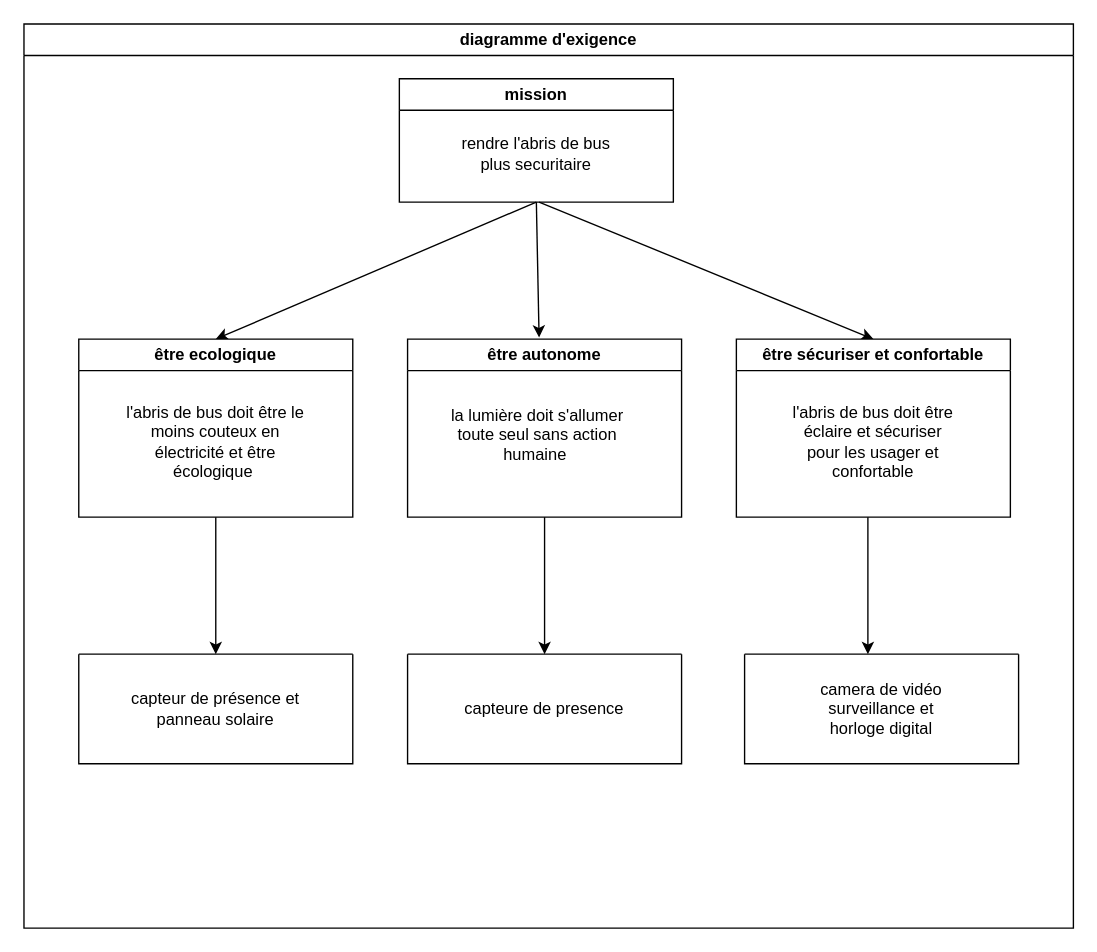
The draw.io diagram Diagrammes_finis/Diagramme d'exigence.drawio in hardelaynoe/projet_abris_bus, before the edit. Source tidied: cells renumbered, new cells numbered last; positions are measured from the earlier drawing's top-left corner, leaving out a move shared by most shapes. Both pictures are drawn from the tidied source at 137%, with x=0, y=0 at pixel (23, 23).
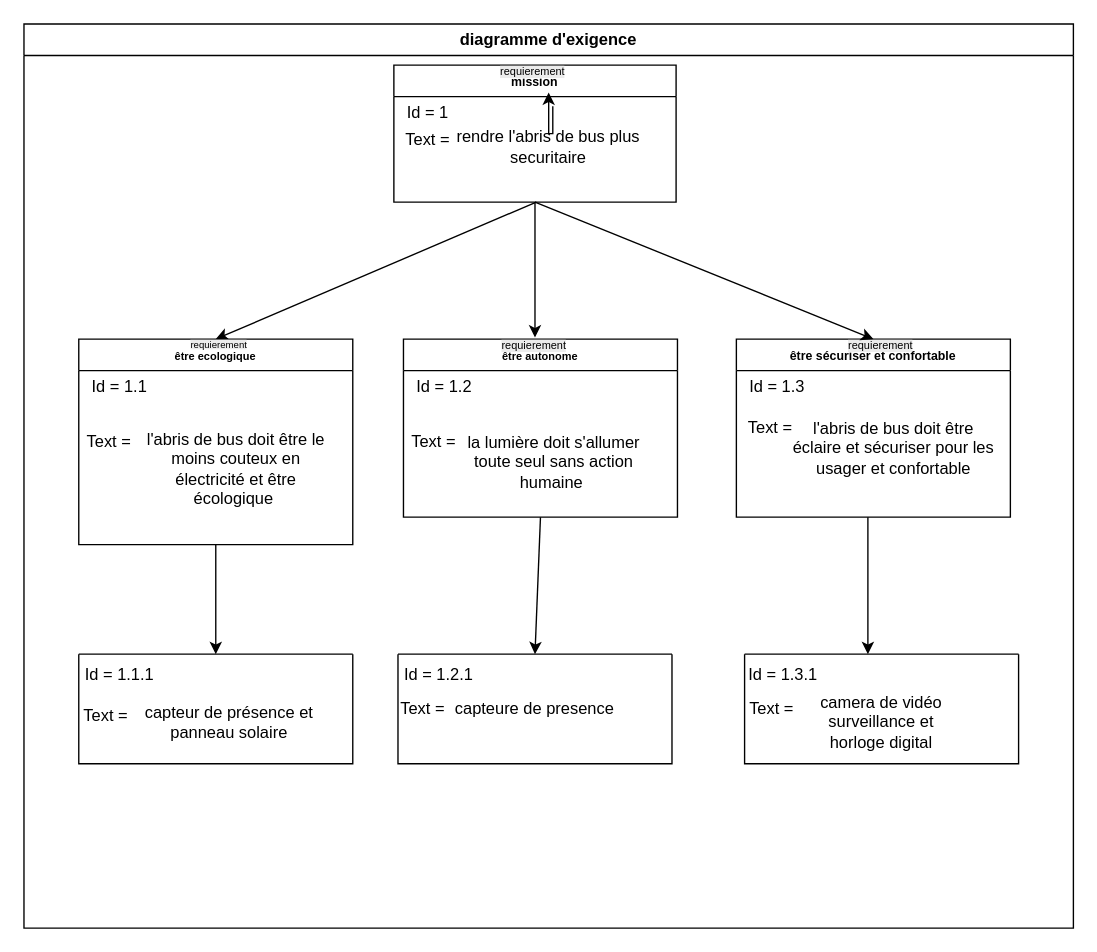
The same diagram, later.

Commit message:
Mettre à jour Diagramme d'exigence.drawio

The change refers to these unchanged cells:
```xml
<mxCell id="2" value="diagramme d'exigence" style="swimlane;whiteSpace=wrap;html=1;" parent="1" vertex="1">
  <mxGeometry width="766" height="660" as="geometry" />
</mxCell>
<mxCell id="15" style="swimlane;startSize=0;" parent="2" vertex="1">
  <mxGeometry x="40" y="460" width="200" height="80" as="geometry" />
</mxCell>
<mxCell id="21" style="swimlane;startSize=0;" parent="2" vertex="1">
  <mxGeometry x="526" y="460" width="200" height="80" as="geometry" />
</mxCell>
```

What changed in the source:
```diff
@@
-    <mxCell id="3" value="mission" style="swimlane;whiteSpace=wrap;html=1;" parent="2" vertex="1">
-      <mxGeometry x="274" y="40" width="200" height="90" as="geometry" />
+    <mxCell id="3" value="&lt;font style=&quot;font-size: 9px;&quot;&gt;mission&lt;/font&gt;" style="swimlane;whiteSpace=wrap;html=1;" parent="2" vertex="1">
+      <mxGeometry x="270" y="30" width="206" height="100" as="geometry" />
     </mxCell>
     <mxCell id="4" value="rendre l'abris de bus plus securitaire" style="text;html=1;whiteSpace=wrap;strokeColor=none;fillColor=none;align=center;verticalAlign=middle;rounded=0;" parent="3" vertex="1">
-      <mxGeometry x="40" y="20" width="120" height="70" as="geometry" />
+      <mxGeometry x="27" y="20" width="172" height="80" as="geometry" />
     </mxCell>
-    <mxCell id="5" style="endArrow=classic;html=1;rounded=0;defaultLabelBackgroundColor=page;labelPadding=0 4;curved=1;entryX=0.5;entryY=0;entryDx=0;entryDy=0;" parent="3" edge="1" target="11">
-      <mxGeometry relative="1" as="geometry">
-        <mxPoint x="102" y="90" as="sourcePoint" />
-      </mxGeometry>
-    </mxCell>
+    <mxCell id="23" value="Id = 1" style="text;html=1;whiteSpace=wrap;strokeColor=none;fillColor=none;align=center;verticalAlign=middle;rounded=0;" parent="3" vertex="1">
+      <mxGeometry x="-5" y="20" width="60" height="30" as="geometry" />
+    </mxCell>
+    <mxCell id="24" style="edgeStyle=orthogonalEdgeStyle;rounded=0;jettySize=auto;html=1;defaultLabelBackgroundColor=page;labelPadding=0 4;" parent="3" edge="1" source="25" target="4">
+      <mxGeometry relative="1" as="geometry" />
+    </mxCell>
+    <mxCell id="25" value="&lt;span style=&quot;color: rgb(0, 0, 0); font-family: Helvetica; font-size: 8px; font-style: normal; font-variant-ligatures: normal; font-variant-caps: normal; font-weight: 400; letter-spacing: normal; orphans: 2; text-align: center; text-indent: 0px; text-transform: none; widows: 2; word-spacing: 0px; -webkit-text-stroke-width: 0px; white-space: normal; background-color: rgb(236, 236, 236); text-decoration-thickness: initial; text-decoration-style: initial; text-decoration-color: initial; display: inline !important; float: none;&quot;&gt;requierement&lt;/span&gt;" style="text;whiteSpace=wrap;html=1;" parent="3" vertex="1">
+      <mxGeometry x="76" y="-10" width="80" height="40" as="geometry" />
+    </mxCell>
+    <mxCell id="26" value="Text =" style="text;html=1;whiteSpace=wrap;strokeColor=none;fillColor=none;align=center;verticalAlign=middle;rounded=0;" parent="3" vertex="1">
+      <mxGeometry x="-5" y="40" width="60" height="30" as="geometry" />
+    </mxCell>
@@
-    <mxCell id="7" value="être ecologique" style="swimlane;whiteSpace=wrap;html=1;" parent="2" vertex="1">
-      <mxGeometry x="40" y="230" width="200" height="130" as="geometry" />
+    <mxCell id="7" value="&lt;font style=&quot;font-size: 8px;&quot;&gt;être ecologique&lt;/font&gt;" style="swimlane;whiteSpace=wrap;html=1;" parent="2" vertex="1">
+      <mxGeometry x="40" y="230" width="200" height="150" as="geometry" />
     </mxCell>
     <mxCell id="8" value="l'abris de bus doit être le moins couteux en électricité et être écologique&amp;nbsp;" style="text;html=1;whiteSpace=wrap;strokeColor=none;fillColor=none;align=center;verticalAlign=middle;rounded=0;" parent="7" vertex="1">
-      <mxGeometry x="30" y="20" width="140" height="110" as="geometry" />
+      <mxGeometry x="40" y="40" width="150" height="110" as="geometry" />
     </mxCell>
+    <mxCell id="27" value="&lt;span style=&quot;color: rgb(0, 0, 0); font-family: Helvetica; font-size: 7px; font-style: normal; font-variant-ligatures: normal; font-variant-caps: normal; font-weight: 400; letter-spacing: normal; orphans: 2; text-align: center; text-indent: 0px; text-transform: none; widows: 2; word-spacing: 0px; -webkit-text-stroke-width: 0px; white-space: normal; background-color: rgb(236, 236, 236); text-decoration-thickness: initial; text-decoration-style: initial; text-decoration-color: initial; float: none; display: inline !important;&quot;&gt;requierement&lt;/span&gt;" style="text;whiteSpace=wrap;html=1;fontSize=11;" parent="7" vertex="1">
+      <mxGeometry x="80" y="-10" width="80" height="40" as="geometry" />
+    </mxCell>
+    <mxCell id="28" value="Id = 1.1" style="text;html=1;whiteSpace=wrap;strokeColor=none;fillColor=none;align=center;verticalAlign=middle;rounded=0;" parent="7" vertex="1">
+      <mxGeometry y="20" width="60" height="30" as="geometry" />
+    </mxCell>
+    <mxCell id="29" value="Text =&amp;nbsp;" style="text;html=1;whiteSpace=wrap;strokeColor=none;fillColor=none;align=center;verticalAlign=middle;rounded=0;" parent="7" vertex="1">
+      <mxGeometry x="-12" y="60" width="72" height="30" as="geometry" />
+    </mxCell>
-    <mxCell id="9" value="être autonome" style="swimlane;whiteSpace=wrap;html=1;" parent="2" vertex="1">
-      <mxGeometry x="280" y="230" width="200" height="130" as="geometry" />
+    <mxCell id="9" value="&lt;font style=&quot;font-size: 8px;&quot;&gt;être autonome&lt;/font&gt;" style="swimlane;whiteSpace=wrap;html=1;" parent="2" vertex="1">
+      <mxGeometry x="277" y="230" width="200" height="130" as="geometry" />
     </mxCell>
     <mxCell id="10" value="la lumière doit s'allumer toute seul sans action humaine&amp;nbsp;" style="text;html=1;whiteSpace=wrap;strokeColor=none;fillColor=none;align=center;verticalAlign=middle;rounded=0;" parent="9" vertex="1">
-      <mxGeometry x="20" y="40" width="150" height="60" as="geometry" />
+      <mxGeometry x="35" y="60" width="150" height="60" as="geometry" />
     </mxCell>
+    <mxCell id="30" value="&lt;span style=&quot;color: rgb(0, 0, 0); font-family: Helvetica; font-size: 8px; font-style: normal; font-variant-ligatures: normal; font-variant-caps: normal; font-weight: 400; letter-spacing: normal; orphans: 2; text-align: center; text-indent: 0px; text-transform: none; widows: 2; word-spacing: 0px; -webkit-text-stroke-width: 0px; white-space: normal; background-color: rgb(236, 236, 236); text-decoration-thickness: initial; text-decoration-style: initial; text-decoration-color: initial; display: inline !important; float: none;&quot;&gt;requierement&lt;/span&gt;" style="text;whiteSpace=wrap;html=1;" parent="9" vertex="1">
+      <mxGeometry x="70" y="-10" width="80" height="40" as="geometry" />
+    </mxCell>
+    <mxCell id="31" value="Id = 1.2" style="text;html=1;whiteSpace=wrap;strokeColor=none;fillColor=none;align=center;verticalAlign=middle;rounded=0;" parent="9" vertex="1">
+      <mxGeometry y="20" width="60" height="30" as="geometry" />
+    </mxCell>
+    <mxCell id="32" value="Text =&amp;nbsp;" style="text;html=1;whiteSpace=wrap;strokeColor=none;fillColor=none;align=center;verticalAlign=middle;rounded=0;" parent="9" vertex="1">
+      <mxGeometry x="-12" y="60" width="72" height="30" as="geometry" />
+    </mxCell>
-    <mxCell id="11" value="être sécuriser et confortable" style="swimlane;whiteSpace=wrap;html=1;" parent="2" vertex="1">
+    <mxCell id="11" value="&lt;font style=&quot;font-size: 9px;&quot;&gt;être sécuriser et confortable&lt;/font&gt;" style="swimlane;whiteSpace=wrap;html=1;" parent="2" vertex="1">
       <mxGeometry x="520" y="230" width="200" height="130" as="geometry" />
     </mxCell>
     <mxCell id="12" value="l'abris de bus doit être éclaire et sécuriser pour les usager et confortable" style="text;html=1;whiteSpace=wrap;strokeColor=none;fillColor=none;align=center;verticalAlign=middle;rounded=0;" parent="11" vertex="1">
-      <mxGeometry x="40" y="40" width="120" height="70" as="geometry" />
+      <mxGeometry x="40" y="40" width="150" height="80" as="geometry" />
     </mxCell>
@@
+    <mxCell id="33" value="&lt;span style=&quot;color: rgb(0, 0, 0); font-family: Helvetica; font-size: 8px; font-style: normal; font-variant-ligatures: normal; font-variant-caps: normal; font-weight: 400; letter-spacing: normal; orphans: 2; text-align: center; text-indent: 0px; text-transform: none; widows: 2; word-spacing: 0px; -webkit-text-stroke-width: 0px; white-space: normal; background-color: rgb(236, 236, 236); text-decoration-thickness: initial; text-decoration-style: initial; text-decoration-color: initial; display: inline !important; float: none;&quot;&gt;requierement&lt;/span&gt;" style="text;whiteSpace=wrap;html=1;" parent="11" vertex="1">
+      <mxGeometry x="80" y="-10" width="80" height="40" as="geometry" />
+    </mxCell>
+    <mxCell id="34" value="Id = 1.3" style="text;html=1;whiteSpace=wrap;strokeColor=none;fillColor=none;align=center;verticalAlign=middle;rounded=0;" parent="11" vertex="1">
+      <mxGeometry y="20" width="60" height="30" as="geometry" />
+    </mxCell>
+    <mxCell id="35" value="Text =" style="text;html=1;whiteSpace=wrap;strokeColor=none;fillColor=none;align=center;verticalAlign=middle;rounded=0;" parent="11" vertex="1">
+      <mxGeometry y="50" width="50" height="30" as="geometry" />
+    </mxCell>
@@
     <mxCell id="16" value="capteur de présence et panneau solaire" style="text;html=1;whiteSpace=wrap;strokeColor=none;fillColor=none;align=center;verticalAlign=middle;rounded=0;" parent="15" vertex="1">
-      <mxGeometry x="25" y="15" width="150" height="50" as="geometry" />
+      <mxGeometry x="30" y="20" width="160" height="60" as="geometry" />
     </mxCell>
+    <mxCell id="36" value="Id = 1.1.1" style="text;html=1;whiteSpace=wrap;strokeColor=none;fillColor=none;align=center;verticalAlign=middle;rounded=0;" parent="15" vertex="1">
+      <mxGeometry width="60" height="30" as="geometry" />
+    </mxCell>
+    <mxCell id="37" value="Text =" style="text;html=1;whiteSpace=wrap;strokeColor=none;fillColor=none;align=center;verticalAlign=middle;rounded=0;" parent="15" vertex="1">
+      <mxGeometry x="-10" y="30" width="60" height="30" as="geometry" />
+    </mxCell>
     <mxCell id="17" style="swimlane;startSize=0;" parent="2" vertex="1">
-      <mxGeometry x="280" y="460" width="200" height="80" as="geometry" />
+      <mxGeometry x="273" y="460" width="200" height="80" as="geometry" />
     </mxCell>
@@
+    <mxCell id="38" value="Id = 1.2.1" style="text;html=1;whiteSpace=wrap;strokeColor=none;fillColor=none;align=center;verticalAlign=middle;rounded=0;" parent="17" vertex="1">
+      <mxGeometry width="60" height="30" as="geometry" />
+    </mxCell>
+    <mxCell id="39" value="Text =&amp;nbsp;" style="text;html=1;whiteSpace=wrap;strokeColor=none;fillColor=none;align=center;verticalAlign=middle;rounded=0;" parent="17" vertex="1">
+      <mxGeometry x="-10" y="25" width="60" height="30" as="geometry" />
+    </mxCell>
@@
     <mxCell id="22" value="camera de vidéo surveillance et horloge digital" style="text;html=1;whiteSpace=wrap;strokeColor=none;fillColor=none;align=center;verticalAlign=middle;rounded=0;" parent="21" vertex="1">
-      <mxGeometry x="48" y="25" width="104" height="30" as="geometry" />
+      <mxGeometry x="40" y="35" width="120" height="30" as="geometry" />
     </mxCell>
+    <mxCell id="40" value="Id = 1.3.1&amp;nbsp;" style="text;html=1;whiteSpace=wrap;strokeColor=none;fillColor=none;align=center;verticalAlign=middle;rounded=0;" parent="21" vertex="1">
+      <mxGeometry width="60" height="30" as="geometry" />
+    </mxCell>
+    <mxCell id="41" value="Text =" style="text;html=1;whiteSpace=wrap;strokeColor=none;fillColor=none;align=center;verticalAlign=middle;rounded=0;" parent="21" vertex="1">
+      <mxGeometry x="-10" y="25" width="60" height="30" as="geometry" />
+    </mxCell>
+    <mxCell id="5" style="endArrow=classic;html=1;rounded=0;defaultLabelBackgroundColor=page;labelPadding=0 4;curved=1;entryX=0.5;entryY=0;entryDx=0;entryDy=0;exitX=0.5;exitY=1;exitDx=0;exitDy=0;" parent="2" edge="1" source="3" target="11">
+      <mxGeometry relative="1" as="geometry" />
+    </mxCell>
```
